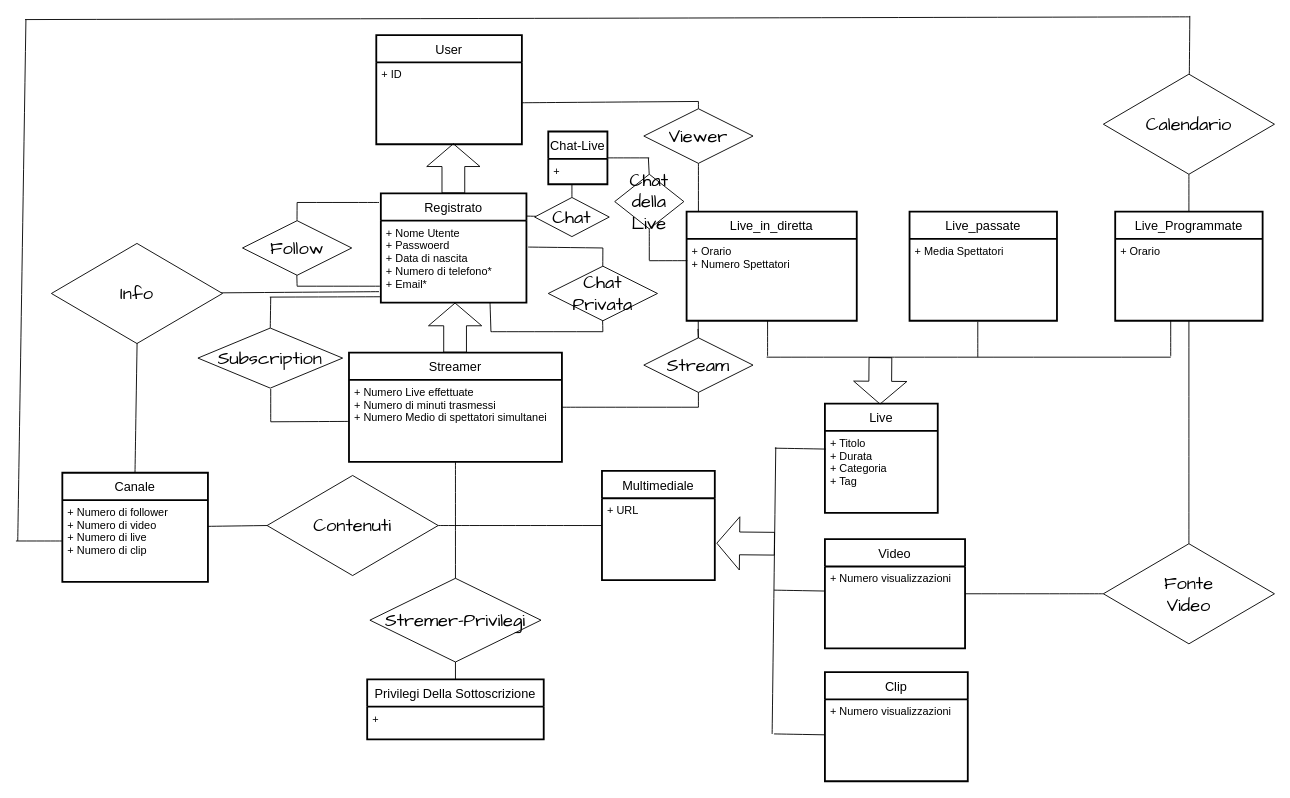
This is DB/Progetto/Iniziale.drawio from lucrezio0987/Unito-GLPS, a draw.io file, before an edit. Source tidied: cells renumbered, new cells numbered last; positions are measured from the earlier drawing's top-left corner, leaving out a move shared by most shapes. Both pictures are drawn from the tidied source at 91%, with x=0, y=0 at pixel (15, 15).
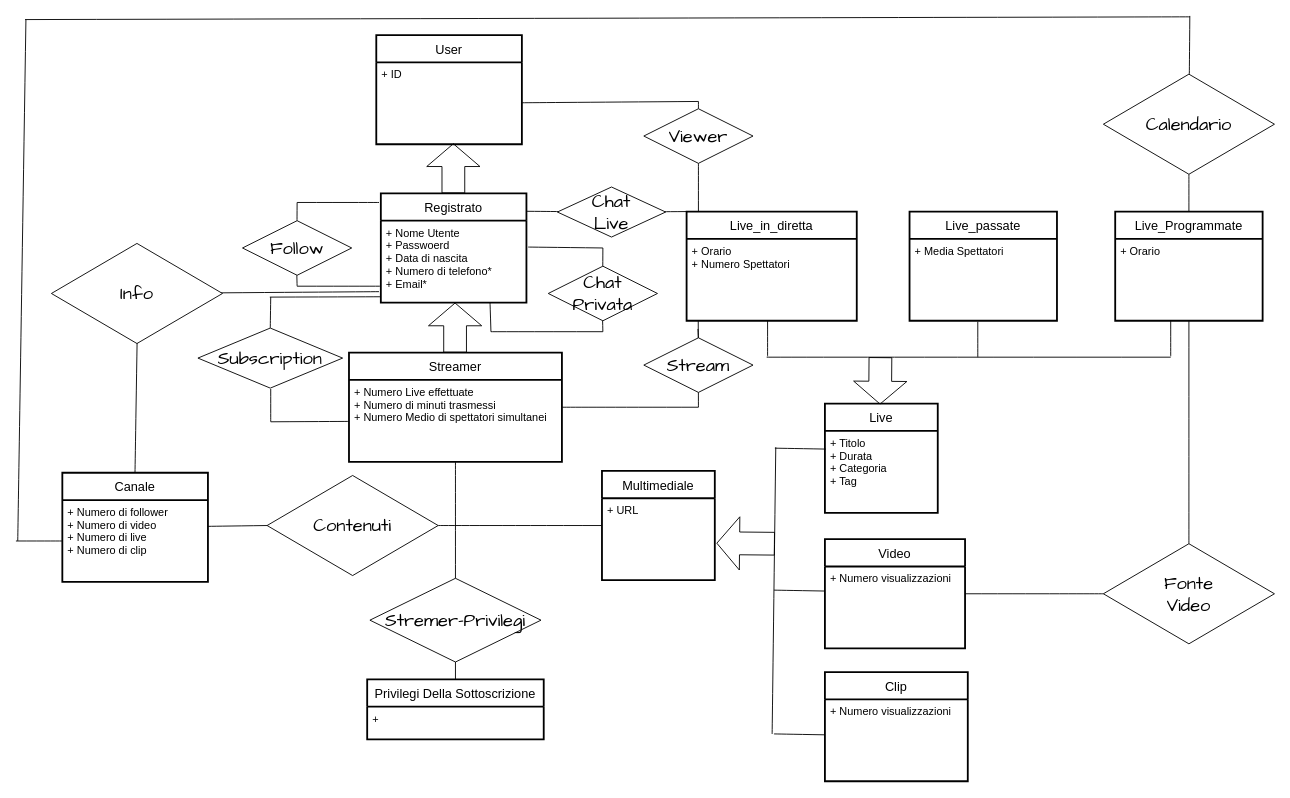
The same diagram, later.

Unchanged cells that the change refers to:
```xml
<mxCell id="10" value="Registrato" style="swimlane;horizontal=1;startSize=30;rounded=0;fontSize=14;fontStyle=0;strokeWidth=2;shadow=0;dashed=0;align=center;labelBackgroundColor=none;" parent="1" vertex="1">
  <mxGeometry x="401" y="195" width="160" height="120" as="geometry" />
</mxCell>
<mxCell id="21" value="Live_in_diretta" style="swimlane;horizontal=1;startSize=30;rounded=0;fontSize=14;fontStyle=0;strokeWidth=2;shadow=0;dashed=0;align=center;labelBackgroundColor=none;" parent="1" vertex="1">
  <mxGeometry x="737" y="215" width="187" height="120" as="geometry" />
</mxCell>
<mxCell id="22" value="+ Orario&#10;+ Numero Spettatori" style="align=left;strokeColor=none;fillColor=none;spacingLeft=4;fontSize=12;verticalAlign=top;rounded=0;labelBackgroundColor=none;" parent="21" vertex="1">
  <mxGeometry y="30" width="187" height="90" as="geometry" />
</mxCell>
```

What changed in the source:
```diff
@@
-    <mxCell id="73" style="edgeStyle=none;curved=1;jettySize=auto;html=1;fontSize=12;endArrow=none;endFill=0;startSize=8;endSize=8;entryX=0.4;entryY=1.004;entryDx=0;entryDy=0;entryPerimeter=0;" parent="1" edge="1" source="75" target="84">
-      <mxGeometry relative="1" as="geometry" />
-    </mxCell>
-    <mxCell id="74" style="edgeStyle=none;curved=1;jettySize=auto;html=1;entryX=1;entryY=0.208;entryDx=0;entryDy=0;entryPerimeter=0;fontSize=12;endArrow=none;endFill=0;startSize=8;endSize=8;" parent="1" edge="1" source="75" target="10">
+    <mxCell id="74" style="edgeStyle=none;curved=1;jettySize=auto;html=1;entryX=1.004;entryY=0.164;entryDx=0;entryDy=0;entryPerimeter=0;fontSize=12;endArrow=none;endFill=0;startSize=8;endSize=8;" parent="1" edge="1" source="75" target="10">
       <mxGeometry relative="1" as="geometry" />
     </mxCell>
+    <mxCell id="90" style="edgeStyle=none;curved=1;jettySize=auto;html=1;entryX=0;entryY=0;entryDx=0;entryDy=0;fontSize=12;endArrow=none;endFill=0;startSize=8;endSize=8;" parent="1" edge="1" source="75" target="21">
+      <mxGeometry relative="1" as="geometry" />
+    </mxCell>
-    <mxCell id="75" value="Chat" style="shape=rhombus;perimeter=rhombusPerimeter;whiteSpace=wrap;html=1;align=center;hachureGap=4;fontFamily=Architects Daughter;fontSize=20;labelBackgroundColor=none;rounded=0;" parent="1" vertex="1">
-      <mxGeometry x="570" y="199.5" width="82" height="43" as="geometry" />
+    <mxCell id="75" value="Chat&lt;br&gt;Live" style="shape=rhombus;perimeter=rhombusPerimeter;whiteSpace=wrap;html=1;align=center;hachureGap=4;fontFamily=Architects Daughter;fontSize=20;labelBackgroundColor=none;rounded=0;" parent="1" vertex="1">
+      <mxGeometry x="595" y="188" width="119" height="55" as="geometry" />
     </mxCell>
@@
-    <mxCell id="82" style="edgeStyle=none;curved=1;jettySize=auto;html=1;fontSize=12;endArrow=none;endFill=0;startSize=8;endSize=8;" parent="1" edge="1" source="83">
-      <mxGeometry relative="1" as="geometry">
-        <mxPoint x="695.9" y="156" as="targetPoint" />
-      </mxGeometry>
-    </mxCell>
-    <mxCell id="83" value="Chat-Live" style="swimlane;horizontal=1;startSize=30;rounded=0;fontSize=14;fontStyle=0;strokeWidth=2;shadow=0;dashed=0;align=center;labelBackgroundColor=none;" parent="1" vertex="1">
-      <mxGeometry x="585" y="127" width="65" height="58" as="geometry" />
-    </mxCell>
-    <mxCell id="84" value="+ " style="align=left;strokeColor=none;fillColor=none;spacingLeft=4;fontSize=12;verticalAlign=top;rounded=0;labelBackgroundColor=none;" parent="83" vertex="1">
-      <mxGeometry y="30" width="65" height="28" as="geometry" />
-    </mxCell>
@@
-    <mxCell id="86" style="edgeStyle=none;curved=1;jettySize=auto;html=1;fontSize=12;endArrow=none;endFill=0;startSize=8;endSize=8;" parent="1" edge="1" source="87">
-      <mxGeometry relative="1" as="geometry">
-        <mxPoint x="696" y="268.6" as="targetPoint" />
-      </mxGeometry>
-    </mxCell>
-    <mxCell id="87" value="Chat&lt;br&gt;della Live" style="shape=rhombus;perimeter=rhombusPerimeter;whiteSpace=wrap;html=1;align=center;hachureGap=4;fontFamily=Architects Daughter;fontSize=20;labelBackgroundColor=none;rounded=0;" parent="1" vertex="1">
-      <mxGeometry x="658" y="174" width="76" height="60" as="geometry" />
-    </mxCell>
-    <mxCell id="88" style="edgeStyle=none;curved=1;orthogonalLoop=1;jettySize=auto;html=1;fontSize=12;endArrow=none;endFill=0;startSize=8;endSize=8;" parent="1" edge="1">
-      <mxGeometry relative="1" as="geometry">
-        <mxPoint x="695.9" y="174" as="sourcePoint" />
-        <mxPoint x="695" y="156" as="targetPoint" />
-      </mxGeometry>
-    </mxCell>
-    <mxCell id="89" style="edgeStyle=none;curved=1;jettySize=auto;html=1;fontSize=12;endArrow=none;endFill=0;startSize=8;endSize=8;exitX=0.004;exitY=0.266;exitDx=0;exitDy=0;exitPerimeter=0;" parent="1" edge="1" source="22">
-      <mxGeometry relative="1" as="geometry">
-        <mxPoint x="696" y="269" as="targetPoint" />
-      </mxGeometry>
-    </mxCell>
```
